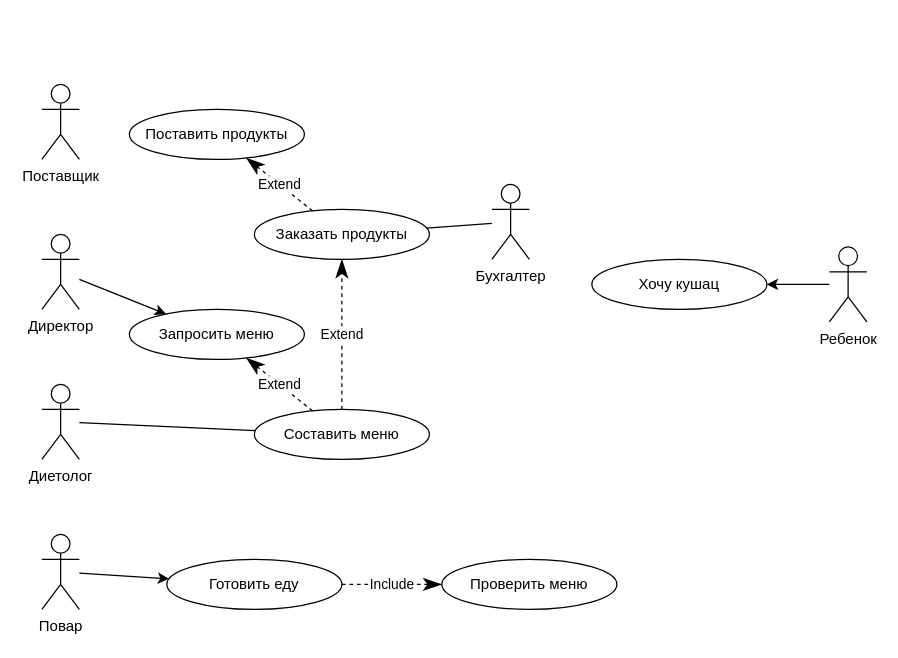
Before: Task 2.drawio in ReLLoMine/drawio, a draw.io diagram. Source tidied: cells renumbered, new cells numbered last; positions are measured from the earlier drawing's top-left corner, leaving out a move shared by most shapes. Both pictures are drawn from the tidied source at 125%, with x=0, y=0 at pixel (41, 84).
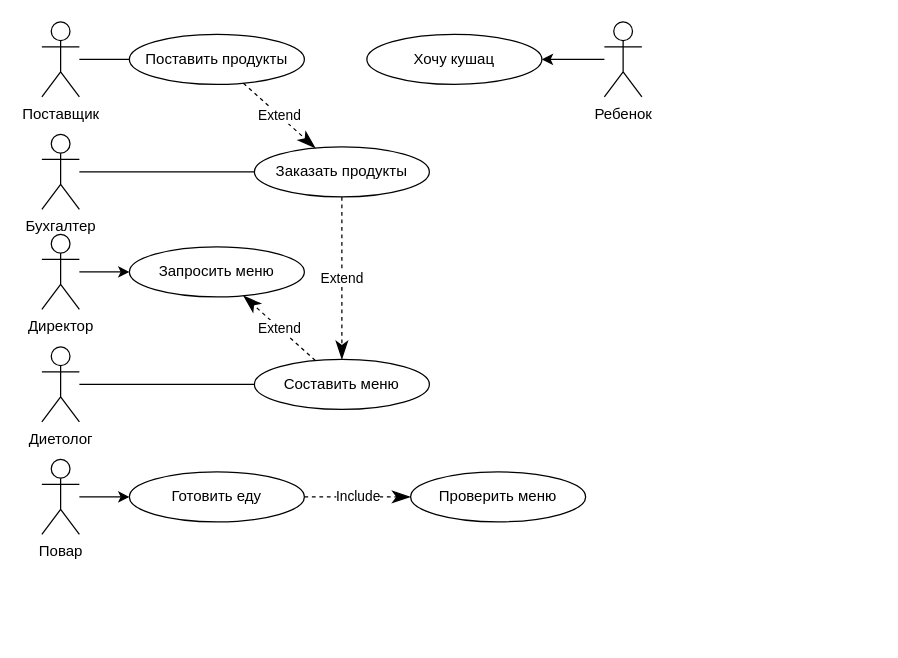
The same diagram, later.

Diff of the diagram source:
```diff
@@
     <mxCell id="2" value="Поставщик&lt;br&gt;" style="shape=umlActor;verticalLabelPosition=bottom;verticalAlign=top;html=1;outlineConnect=0;" parent="1" vertex="1">
-      <mxGeometry width="30" height="60" as="geometry" />
+      <mxGeometry y="-50" width="30" height="60" as="geometry" />
     </mxCell>
     <mxCell id="3" value="Диетолог" style="shape=umlActor;verticalLabelPosition=bottom;verticalAlign=top;html=1;outlineConnect=0;" parent="1" vertex="1">
-      <mxGeometry y="240" width="30" height="60" as="geometry" />
+      <mxGeometry y="210" width="30" height="60" as="geometry" />
     </mxCell>
     <mxCell id="4" value="Составить меню&lt;br&gt;" style="ellipse;whiteSpace=wrap;html=1;" parent="1" vertex="1">
-      <mxGeometry x="170" y="260" width="140" height="40" as="geometry" />
+      <mxGeometry x="170" y="220" width="140" height="40" as="geometry" />
     </mxCell>
     <mxCell id="5" value="Поставить продукты" style="ellipse;whiteSpace=wrap;html=1;" parent="1" vertex="1">
-      <mxGeometry x="70" y="20" width="140" height="40" as="geometry" />
+      <mxGeometry x="70" y="-40" width="140" height="40" as="geometry" />
     </mxCell>
@@
     <mxCell id="7" value="Заказать продукты" style="ellipse;whiteSpace=wrap;html=1;" parent="1" vertex="1">
-      <mxGeometry x="170" y="100" width="140" height="40" as="geometry" />
+      <mxGeometry x="170" y="50" width="140" height="40" as="geometry" />
     </mxCell>
     <mxCell id="8" value="Ребенок" style="shape=umlActor;verticalLabelPosition=bottom;verticalAlign=top;html=1;outlineConnect=0;" parent="1" vertex="1">
-      <mxGeometry x="630" y="130" width="30" height="60" as="geometry" />
+      <mxGeometry x="450" y="-50" width="30" height="60" as="geometry" />
     </mxCell>
     <mxCell id="9" value="Хочу кушац" style="ellipse;whiteSpace=wrap;html=1;" parent="1" vertex="1">
-      <mxGeometry x="440" y="140" width="140" height="40" as="geometry" />
+      <mxGeometry x="260" y="-40" width="140" height="40" as="geometry" />
     </mxCell>
@@
     <mxCell id="11" value="Готовить еду" style="ellipse;whiteSpace=wrap;html=1;" parent="1" vertex="1">
-      <mxGeometry x="100" y="380" width="140" height="40" as="geometry" />
+      <mxGeometry x="70" y="310" width="140" height="40" as="geometry" />
     </mxCell>
     <mxCell id="12" value="Повар" style="shape=umlActor;verticalLabelPosition=bottom;verticalAlign=top;html=1;outlineConnect=0;" parent="1" vertex="1">
-      <mxGeometry y="360" width="30" height="60" as="geometry" />
+      <mxGeometry y="300" width="30" height="60" as="geometry" />
     </mxCell>
@@
     <mxCell id="15" value="Проверить меню" style="ellipse;whiteSpace=wrap;html=1;" parent="1" vertex="1">
-      <mxGeometry x="320" y="380" width="140" height="40" as="geometry" />
+      <mxGeometry x="295" y="310" width="140" height="40" as="geometry" />
     </mxCell>
@@
     <mxCell id="17" value="Запросить меню" style="ellipse;whiteSpace=wrap;html=1;" parent="1" vertex="1">
-      <mxGeometry x="70" y="180" width="140" height="40" as="geometry" />
+      <mxGeometry x="70" y="130" width="140" height="40" as="geometry" />
     </mxCell>
     <mxCell id="18" value="Бухгалтер" style="shape=umlActor;verticalLabelPosition=bottom;verticalAlign=top;html=1;outlineConnect=0;" parent="1" vertex="1">
-      <mxGeometry x="360" y="80" width="30" height="60" as="geometry" />
+      <mxGeometry y="40" width="30" height="60" as="geometry" />
     </mxCell>
@@
-    <mxCell id="22" value="Extend" style="endArrow=classicThin;endSize=12;dashed=1;html=1;rounded=0;endFill=1;" parent="1" edge="1" source="4" target="7">
+    <mxCell id="22" value="Extend" style="endArrow=classicThin;endSize=12;dashed=1;html=1;rounded=0;endFill=1;" parent="1" edge="1" source="7" target="4">
       <mxGeometry relative="1" as="geometry" />
     </mxCell>
-    <mxCell id="23" value="Extend" style="endArrow=classicThin;endSize=12;dashed=1;html=1;rounded=0;endFill=1;" parent="1" edge="1" source="7" target="5">
+    <mxCell id="23" value="Extend" style="endArrow=classicThin;endSize=12;dashed=1;html=1;rounded=0;endFill=1;" parent="1" edge="1" source="5" target="7">
       <mxGeometry relative="1" as="geometry" />
     </mxCell>
+    <mxCell id="24" style="endArrow=none;html=1;rounded=0;endFill=0;" parent="1" edge="1" source="5" target="2">
+      <mxGeometry relative="1" as="geometry" />
+    </mxCell>
```
